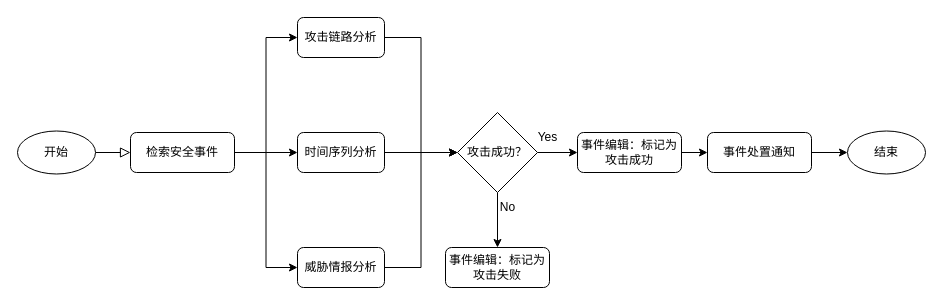
popvlovs/popvlovs-repository keeps this draw.io diagram as 溯源事件分析-2.drawio. Above is the earlier version. Source tidied: cells renumbered, new cells numbered last; positions are measured from the earlier drawing's top-left corner, leaving out a move shared by most shapes. Both pictures are drawn from the tidied source at 100%, with x=0, y=0 at pixel (17, 17).
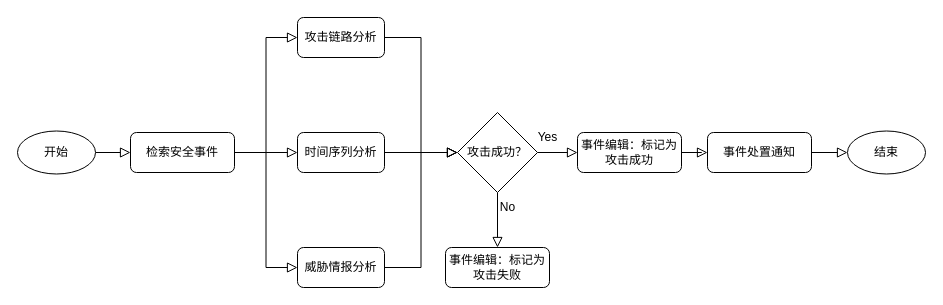
After the change.

Commit message (it also covers changes not shown here):
Update 溯源事件分析-2.drawio

The change refers to these unchanged cells:
```xml
<mxCell id="5" value="检索安全事件" style="rounded=1;whiteSpace=wrap;html=1;fontSize=12;glass=0;strokeWidth=1;shadow=0;" parent="1" vertex="1">
  <mxGeometry x="113" y="115" width="104" height="40" as="geometry" />
</mxCell>
<mxCell id="7" value="时间序列分析" style="rounded=1;whiteSpace=wrap;html=1;fontSize=12;glass=0;strokeWidth=1;shadow=0;" parent="1" vertex="1">
  <mxGeometry x="280" y="115" width="87" height="40" as="geometry" />
</mxCell>
<mxCell id="9" value="威胁情报分析" style="rounded=1;whiteSpace=wrap;html=1;fontSize=12;glass=0;strokeWidth=1;shadow=0;" parent="1" vertex="1">
  <mxGeometry x="280" y="230" width="87" height="40" as="geometry" />
</mxCell>
<mxCell id="12" value="攻击成功？" style="rhombus;whiteSpace=wrap;html=1;" parent="1" vertex="1">
  <mxGeometry x="440" y="95" width="80" height="80" as="geometry" />
</mxCell>
<mxCell id="14" value="攻击链路分析" style="rounded=1;whiteSpace=wrap;html=1;fontSize=12;glass=0;strokeWidth=1;shadow=0;" parent="1" vertex="1">
  <mxGeometry x="280" width="87" height="40" as="geometry" />
</mxCell>
<mxCell id="18" value="事件编辑：标记为攻击成功" style="rounded=1;whiteSpace=wrap;html=1;fontSize=12;glass=0;strokeWidth=1;shadow=0;" parent="1" vertex="1">
  <mxGeometry x="560" y="115" width="104" height="40" as="geometry" />
</mxCell>
<mxCell id="19" value="事件编辑：标记为攻击失败" style="rounded=1;whiteSpace=wrap;html=1;fontSize=12;glass=0;strokeWidth=1;shadow=0;" parent="1" vertex="1">
  <mxGeometry x="428" y="230" width="104" height="40" as="geometry" />
</mxCell>
<mxCell id="22" value="结束" style="ellipse;whiteSpace=wrap;html=1;" parent="1" vertex="1">
  <mxGeometry x="830" y="113.5" width="78" height="43" as="geometry" />
</mxCell>
<mxCell id="24" value="事件处置通知" style="rounded=1;whiteSpace=wrap;html=1;fontSize=12;glass=0;strokeWidth=1;shadow=0;" parent="1" vertex="1">
  <mxGeometry x="690" y="115" width="104" height="40" as="geometry" />
</mxCell>
```

Change to the diagram source:
```diff
@@
-    <mxCell id="4" style="edgeStyle=orthogonalEdgeStyle;rounded=0;jettySize=auto;html=1;" parent="1" edge="1" source="5" target="7">
+    <mxCell id="4" style="edgeStyle=orthogonalEdgeStyle;rounded=0;jettySize=auto;html=1;labelBackgroundColor=none;endArrow=block;shadow=0;endFill=0;endSize=8;strokeWidth=1;" parent="1" edge="1" source="5" target="7">
       <mxGeometry relative="1" as="geometry" />
     </mxCell>
@@
-    <mxCell id="6" style="edgeStyle=orthogonalEdgeStyle;rounded=0;jettySize=auto;html=1;" parent="1" edge="1" source="7" target="12">
+    <mxCell id="6" style="edgeStyle=orthogonalEdgeStyle;rounded=0;jettySize=auto;html=1;labelBackgroundColor=none;endArrow=block;shadow=0;endFill=0;endSize=8;strokeWidth=1;" parent="1" edge="1" source="7" target="12">
       <mxGeometry relative="1" as="geometry" />
     </mxCell>
@@
-    <mxCell id="8" style="edgeStyle=orthogonalEdgeStyle;rounded=0;jettySize=auto;html=1;entryX=0;entryY=0.5;entryDx=0;entryDy=0;" parent="1" edge="1" source="9" target="12">
+    <mxCell id="8" style="edgeStyle=orthogonalEdgeStyle;rounded=0;jettySize=auto;html=1;entryX=0;entryY=0.5;entryDx=0;entryDy=0;labelBackgroundColor=none;endArrow=block;shadow=0;endFill=0;endSize=8;strokeWidth=1;" parent="1" edge="1" source="9" target="12">
       <mxGeometry relative="1" as="geometry" />
     </mxCell>
@@
-    <mxCell id="10" style="edgeStyle=orthogonalEdgeStyle;rounded=0;jettySize=auto;html=1;" parent="1" edge="1" source="12" target="18">
+    <mxCell id="10" style="edgeStyle=orthogonalEdgeStyle;rounded=0;jettySize=auto;html=1;labelBackgroundColor=none;endArrow=block;shadow=0;endFill=0;endSize=8;strokeWidth=1;" parent="1" edge="1" source="12" target="18">
       <mxGeometry relative="1" as="geometry" />
     </mxCell>
-    <mxCell id="11" style="edgeStyle=orthogonalEdgeStyle;rounded=0;jettySize=auto;html=1;" parent="1" edge="1" source="12" target="19">
+    <mxCell id="11" style="edgeStyle=orthogonalEdgeStyle;rounded=0;jettySize=auto;html=1;labelBackgroundColor=none;endArrow=block;shadow=0;endFill=0;endSize=8;strokeWidth=1;" parent="1" edge="1" source="12" target="19">
       <mxGeometry relative="1" as="geometry" />
     </mxCell>
@@
-    <mxCell id="13" style="edgeStyle=orthogonalEdgeStyle;rounded=0;jettySize=auto;html=1;entryX=0;entryY=0.5;entryDx=0;entryDy=0;" parent="1" edge="1" source="14" target="12">
+    <mxCell id="13" style="edgeStyle=orthogonalEdgeStyle;rounded=0;jettySize=auto;html=1;entryX=0;entryY=0.5;entryDx=0;entryDy=0;labelBackgroundColor=none;endArrow=block;shadow=0;endFill=0;endSize=8;strokeWidth=1;" parent="1" edge="1" source="14" target="12">
       <mxGeometry relative="1" as="geometry" />
     </mxCell>
@@
-    <mxCell id="15" style="edgeStyle=orthogonalEdgeStyle;rounded=0;jettySize=auto;html=1;entryX=0;entryY=0.5;entryDx=0;entryDy=0;exitX=1;exitY=0.5;exitDx=0;exitDy=0;" parent="1" edge="1" source="5" target="14">
+    <mxCell id="15" style="edgeStyle=orthogonalEdgeStyle;rounded=0;jettySize=auto;html=1;entryX=0;entryY=0.5;entryDx=0;entryDy=0;exitX=1;exitY=0.5;exitDx=0;exitDy=0;labelBackgroundColor=none;endArrow=block;shadow=0;endFill=0;endSize=8;strokeWidth=1;" parent="1" edge="1" source="5" target="14">
       <mxGeometry relative="1" as="geometry" />
     </mxCell>
-    <mxCell id="16" style="edgeStyle=orthogonalEdgeStyle;rounded=0;jettySize=auto;html=1;exitX=1;exitY=0.5;exitDx=0;exitDy=0;entryX=0;entryY=0.5;entryDx=0;entryDy=0;" parent="1" edge="1" source="5" target="9">
+    <mxCell id="16" style="edgeStyle=orthogonalEdgeStyle;rounded=0;jettySize=auto;html=1;exitX=1;exitY=0.5;exitDx=0;exitDy=0;entryX=0;entryY=0.5;entryDx=0;entryDy=0;labelBackgroundColor=none;endArrow=block;shadow=0;endFill=0;endSize=8;strokeWidth=1;" parent="1" edge="1" source="5" target="9">
       <mxGeometry relative="1" as="geometry" />
     </mxCell>
-    <mxCell id="17" style="edgeStyle=orthogonalEdgeStyle;rounded=0;jettySize=auto;html=1;entryX=0;entryY=0.5;entryDx=0;entryDy=0;" parent="1" edge="1" source="18" target="24">
+    <mxCell id="17" style="edgeStyle=orthogonalEdgeStyle;rounded=0;jettySize=auto;html=1;entryX=0;entryY=0.5;entryDx=0;entryDy=0;labelBackgroundColor=none;endArrow=block;shadow=0;endFill=0;endSize=8;strokeWidth=1;" parent="1" edge="1" source="18" target="24">
       <mxGeometry relative="1" as="geometry" />
     </mxCell>
@@
-    <mxCell id="23" style="edgeStyle=orthogonalEdgeStyle;rounded=0;jettySize=auto;html=1;" parent="1" edge="1" source="24" target="22">
+    <mxCell id="23" style="edgeStyle=orthogonalEdgeStyle;rounded=0;jettySize=auto;html=1;labelBackgroundColor=none;endArrow=block;shadow=0;endFill=0;endSize=8;strokeWidth=1;" parent="1" edge="1" source="24" target="22">
       <mxGeometry relative="1" as="geometry" />
     </mxCell>
```
